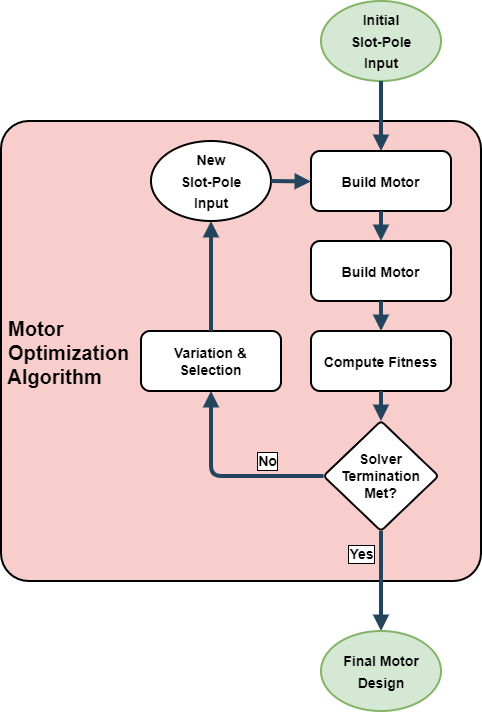
Before: SupportingDocs/Diagrams/Images/ModelOptimization.png, a diagram exported from draw.io (MichaelThamm/masters-thesis). Source tidied: cells renumbered, new cells last; positions are measured from the earlier drawing's top-left corner, leaving out a move shared by most shapes. The source it was exported from:
```xml
<mxGraphModel>
  <root>
    <mxCell id="0" />
    <mxCell id="1" parent="0" />
    <mxCell id="2" style="group;" parent="1" vertex="1">
      <mxGeometry y="0.5" width="480" height="710" as="geometry" />
    </mxCell>
    <mxCell id="3" value=" Motor&#10; Optimization&#10; Algorithm" style="rounded=1;fillColor=#F8CECC;strokeColor=default;shadow=0;gradientColor=none;fontStyle=1;fontColor=#000000;fontSize=20;labelBackgroundColor=none;align=left;arcSize=6;strokeWidth=2;" parent="2" vertex="1">
      <mxGeometry y="120" width="480" height="460" as="geometry" />
    </mxCell>
    <mxCell id="4" value="Build Motor" style="rounded=1;fillColor=#FFFFFF;strokeColor=default;shadow=0;gradientColor=none;fontStyle=1;fontColor=#000000;fontSize=14;strokeWidth=2;" parent="2" vertex="1">
      <mxGeometry x="310" y="150" width="140" height="60" as="geometry" />
    </mxCell>
    <mxCell id="5" value="Build Motor" style="rounded=1;fillColor=#FFFFFF;strokeColor=default;shadow=0;gradientColor=none;fontStyle=1;fontColor=#000000;fontSize=14;strokeWidth=2;" parent="2" vertex="1">
      <mxGeometry x="310" y="240" width="140" height="60" as="geometry" />
    </mxCell>
    <mxCell id="6" value="Compute Fitness" style="rounded=1;fillColor=#FFFFFF;strokeColor=default;shadow=0;gradientColor=none;fontStyle=1;fontColor=#000000;fontSize=14;strokeWidth=2;" parent="2" vertex="1">
      <mxGeometry x="310" y="330" width="140" height="60" as="geometry" />
    </mxCell>
    <mxCell id="7" value="&lt;font style=&quot;font-size: 14px;&quot;&gt;&lt;b&gt;New&lt;br&gt;Slot-Pole&lt;br&gt;Input&lt;/b&gt;&lt;/font&gt;" style="ellipse;whiteSpace=wrap;html=1;rounded=1;shadow=0;labelBackgroundColor=none;fontSize=18;fontColor=#000000;strokeColor=default;strokeWidth=2;fillColor=#FFFFFF;" parent="2" vertex="1">
      <mxGeometry x="150" y="140" width="120" height="80" as="geometry" />
    </mxCell>
    <mxCell id="8" style="edgeStyle=elbowEdgeStyle;elbow=vertical;strokeWidth=4;endArrow=block;endFill=1;fontStyle=1;strokeColor=#23445D;exitX=0.5;exitY=1;exitDx=0;exitDy=0;entryX=0.5;entryY=0;entryDx=0;entryDy=0;" parent="2" edge="1" source="4" target="5">
      <mxGeometry x="-78" y="135.5" as="geometry" />
    </mxCell>
    <mxCell id="9" style="edgeStyle=elbowEdgeStyle;elbow=vertical;strokeWidth=4;endArrow=block;endFill=1;fontStyle=1;strokeColor=#23445D;exitX=1;exitY=0.5;exitDx=0;exitDy=0;entryX=0;entryY=0.5;entryDx=0;entryDy=0;" parent="2" edge="1" source="7" target="4">
      <mxGeometry x="-88" y="125.5" as="geometry" />
    </mxCell>
    <mxCell id="10" style="edgeStyle=elbowEdgeStyle;elbow=vertical;strokeWidth=4;endArrow=block;endFill=1;fontStyle=1;strokeColor=#23445D;exitX=0.5;exitY=1;exitDx=0;exitDy=0;entryX=0.5;entryY=0;entryDx=0;entryDy=0;" parent="2" edge="1" source="5" target="6">
      <mxGeometry x="-68" y="145.5" as="geometry" />
    </mxCell>
    <mxCell id="11" value="&lt;b&gt;Solver Termination&lt;br&gt;Met?&lt;br&gt;&lt;/b&gt;" style="rhombus;whiteSpace=wrap;html=1;rounded=1;shadow=0;labelBackgroundColor=none;fontSize=14;fontColor=#000000;strokeColor=default;strokeWidth=2;fillColor=#FFFFFF;arcSize=8;" parent="2" vertex="1">
      <mxGeometry x="322.5" y="420" width="115" height="110" as="geometry" />
    </mxCell>
    <mxCell id="12" style="edgeStyle=elbowEdgeStyle;elbow=vertical;strokeWidth=4;endArrow=block;endFill=1;fontStyle=1;strokeColor=#23445D;exitX=0.5;exitY=1;exitDx=0;exitDy=0;entryX=0.5;entryY=0;entryDx=0;entryDy=0;" parent="2" edge="1" source="6" target="11">
      <mxGeometry x="-58" y="155.5" as="geometry" />
    </mxCell>
    <mxCell id="13" style="edgeStyle=elbowEdgeStyle;elbow=vertical;strokeWidth=4;endArrow=block;endFill=1;fontStyle=1;strokeColor=#23445D;exitX=0;exitY=0.5;exitDx=0;exitDy=0;entryX=0.5;entryY=1;entryDx=0;entryDy=0;" parent="2" edge="1" source="11" target="20">
      <mxGeometry x="-48" y="165.5" as="geometry">
        <Array as="points">
          <mxPoint x="260" y="475" />
        </Array>
      </mxGeometry>
    </mxCell>
    <mxCell id="14" value="&lt;b&gt;No&lt;/b&gt;" style="edgeLabel;html=1;align=center;verticalAlign=middle;fontSize=14;fontColor=#000000;labelBorderColor=default;" parent="13" vertex="1">
      <mxGeometry relative="1" as="geometry">
        <mxPoint x="42" y="-15" as="offset" />
      </mxGeometry>
    </mxCell>
    <mxCell id="15" style="edgeStyle=elbowEdgeStyle;elbow=vertical;strokeWidth=4;endArrow=block;endFill=1;fontStyle=1;strokeColor=#23445D;exitX=0.5;exitY=1;exitDx=0;exitDy=0;entryX=0.5;entryY=0;entryDx=0;entryDy=0;" parent="2" edge="1" source="11" target="19">
      <mxGeometry x="-48" y="165.5" as="geometry" />
    </mxCell>
    <mxCell id="16" value="&lt;b&gt;Yes&lt;/b&gt;" style="edgeLabel;html=1;align=center;verticalAlign=middle;fontSize=14;fontColor=#000000;labelBorderColor=default;" parent="15" vertex="1">
      <mxGeometry relative="1" as="geometry">
        <mxPoint x="-20" y="-27" as="offset" />
      </mxGeometry>
    </mxCell>
    <mxCell id="17" value="&lt;font style=&quot;font-size: 14px;&quot;&gt;&lt;b&gt;Initial&lt;br&gt;Slot-Pole&lt;br&gt;Input&lt;/b&gt;&lt;/font&gt;" style="ellipse;whiteSpace=wrap;html=1;rounded=1;shadow=0;labelBackgroundColor=none;fontSize=18;strokeColor=#82b366;strokeWidth=2;fillColor=#d5e8d4;" parent="2" vertex="1">
      <mxGeometry x="320" width="120" height="80" as="geometry" />
    </mxCell>
    <mxCell id="18" style="edgeStyle=elbowEdgeStyle;elbow=vertical;strokeWidth=4;endArrow=block;endFill=1;fontStyle=1;strokeColor=#23445D;exitX=0.5;exitY=1;exitDx=0;exitDy=0;entryX=0.5;entryY=0;entryDx=0;entryDy=0;" parent="2" edge="1" source="17" target="4">
      <mxGeometry x="-68" y="145.5" as="geometry" />
    </mxCell>
    <mxCell id="19" value="&lt;font style=&quot;font-size: 14px;&quot;&gt;&lt;b&gt;Final Motor Design&lt;/b&gt;&lt;/font&gt;" style="ellipse;whiteSpace=wrap;html=1;rounded=1;shadow=0;labelBackgroundColor=none;fontSize=18;strokeColor=#82b366;strokeWidth=2;fillColor=#d5e8d4;" parent="2" vertex="1">
      <mxGeometry x="320" y="630" width="120" height="80" as="geometry" />
    </mxCell>
    <mxCell id="20" value="Variation &amp;&#10;Selection" style="rounded=1;fillColor=#FFFFFF;strokeColor=default;shadow=0;gradientColor=none;fontStyle=1;fontColor=#000000;fontSize=14;strokeWidth=2;" parent="2" vertex="1">
      <mxGeometry x="140" y="330" width="140" height="60" as="geometry" />
    </mxCell>
    <mxCell id="21" style="edgeStyle=elbowEdgeStyle;elbow=vertical;strokeWidth=4;endArrow=block;endFill=1;fontStyle=1;strokeColor=#23445D;exitX=0.5;exitY=0;exitDx=0;exitDy=0;entryX=0.5;entryY=1;entryDx=0;entryDy=0;" parent="2" edge="1" source="20" target="7">
      <mxGeometry x="-38" y="175.5" as="geometry">
        <Array as="points">
          <mxPoint x="180" y="280" />
        </Array>
      </mxGeometry>
    </mxCell>
  </root>
</mxGraphModel>
```
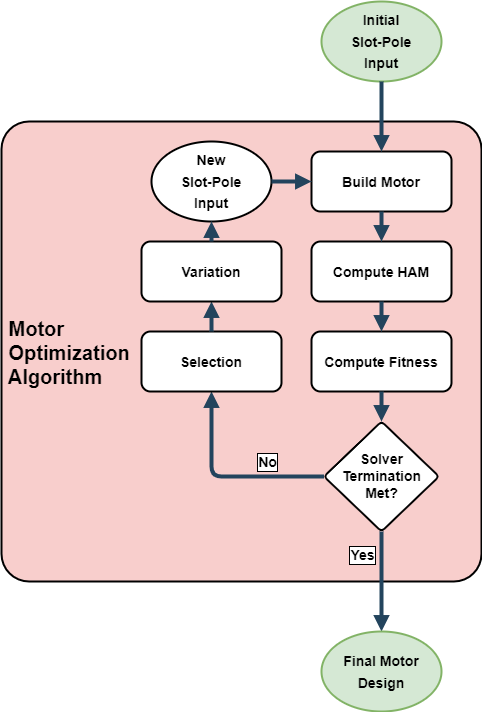
Above is the later version.

Change to the diagram source:
```diff
@@ -11,7 +11,7 @@
     <mxCell id="4" value="Build Motor" style="rounded=1;fillColor=#FFFFFF;strokeColor=default;shadow=0;gradientColor=none;fontStyle=1;fontColor=#000000;fontSize=14;strokeWidth=2;" parent="2" vertex="1">
       <mxGeometry x="310" y="150" width="140" height="60" as="geometry" />
     </mxCell>
-    <mxCell id="5" value="Build Motor" style="rounded=1;fillColor=#FFFFFF;strokeColor=default;shadow=0;gradientColor=none;fontStyle=1;fontColor=#000000;fontSize=14;strokeWidth=2;" parent="2" vertex="1">
+    <mxCell id="5" value="Compute HAM" style="rounded=1;fillColor=#FFFFFF;strokeColor=default;shadow=0;gradientColor=none;fontStyle=1;fontColor=#000000;fontSize=14;strokeWidth=2;" parent="2" vertex="1">
       <mxGeometry x="310" y="240" width="140" height="60" as="geometry" />
     </mxCell>
     <mxCell id="6" value="Compute Fitness" style="rounded=1;fillColor=#FFFFFF;strokeColor=default;shadow=0;gradientColor=none;fontStyle=1;fontColor=#000000;fontSize=14;strokeWidth=2;" parent="2" vertex="1">
@@ -64,15 +64,17 @@
     <mxCell id="19" value="&lt;font style=&quot;font-size: 14px;&quot;&gt;&lt;b&gt;Final Motor Design&lt;/b&gt;&lt;/font&gt;" style="ellipse;whiteSpace=wrap;html=1;rounded=1;shadow=0;labelBackgroundColor=none;fontSize=18;strokeColor=#82b366;strokeWidth=2;fillColor=#d5e8d4;" parent="2" vertex="1">
       <mxGeometry x="320" y="630" width="120" height="80" as="geometry" />
     </mxCell>
-    <mxCell id="20" value="Variation &amp;&#10;Selection" style="rounded=1;fillColor=#FFFFFF;strokeColor=default;shadow=0;gradientColor=none;fontStyle=1;fontColor=#000000;fontSize=14;strokeWidth=2;" parent="2" vertex="1">
+    <mxCell id="20" value="Selection" style="rounded=1;fillColor=#FFFFFF;strokeColor=default;shadow=0;gradientColor=none;fontStyle=1;fontColor=#000000;fontSize=14;strokeWidth=2;" parent="2" vertex="1">
       <mxGeometry x="140" y="330" width="140" height="60" as="geometry" />
     </mxCell>
-    <mxCell id="21" style="edgeStyle=elbowEdgeStyle;elbow=vertical;strokeWidth=4;endArrow=block;endFill=1;fontStyle=1;strokeColor=#23445D;exitX=0.5;exitY=0;exitDx=0;exitDy=0;entryX=0.5;entryY=1;entryDx=0;entryDy=0;" parent="2" edge="1" source="20" target="7">
-      <mxGeometry x="-38" y="175.5" as="geometry">
-        <Array as="points">
-          <mxPoint x="180" y="280" />
-        </Array>
-      </mxGeometry>
+    <mxCell id="21" style="edgeStyle=elbowEdgeStyle;elbow=vertical;strokeWidth=4;endArrow=block;endFill=1;fontStyle=1;strokeColor=#23445D;exitX=0.5;exitY=0;exitDx=0;exitDy=0;entryX=0.5;entryY=1;entryDx=0;entryDy=0;" parent="2" edge="1" source="20" target="22">
+      <mxGeometry x="-38" y="175.5" as="geometry" />
     </mxCell>
+    <mxCell id="22" value="Variation" style="rounded=1;fillColor=#FFFFFF;strokeColor=default;shadow=0;gradientColor=none;fontStyle=1;fontColor=#000000;fontSize=14;strokeWidth=2;" parent="2" vertex="1">
+      <mxGeometry x="140" y="240" width="140" height="60" as="geometry" />
+    </mxCell>
+    <mxCell id="23" style="edgeStyle=elbowEdgeStyle;elbow=vertical;strokeWidth=4;endArrow=block;endFill=1;fontStyle=1;strokeColor=#23445D;exitX=0.5;exitY=0;exitDx=0;exitDy=0;entryX=0.5;entryY=1;entryDx=0;entryDy=0;" parent="2" edge="1" source="22" target="7">
+      <mxGeometry x="-38" y="175.5" as="geometry" />
+    </mxCell>
   </root>
 </mxGraphModel>
```
